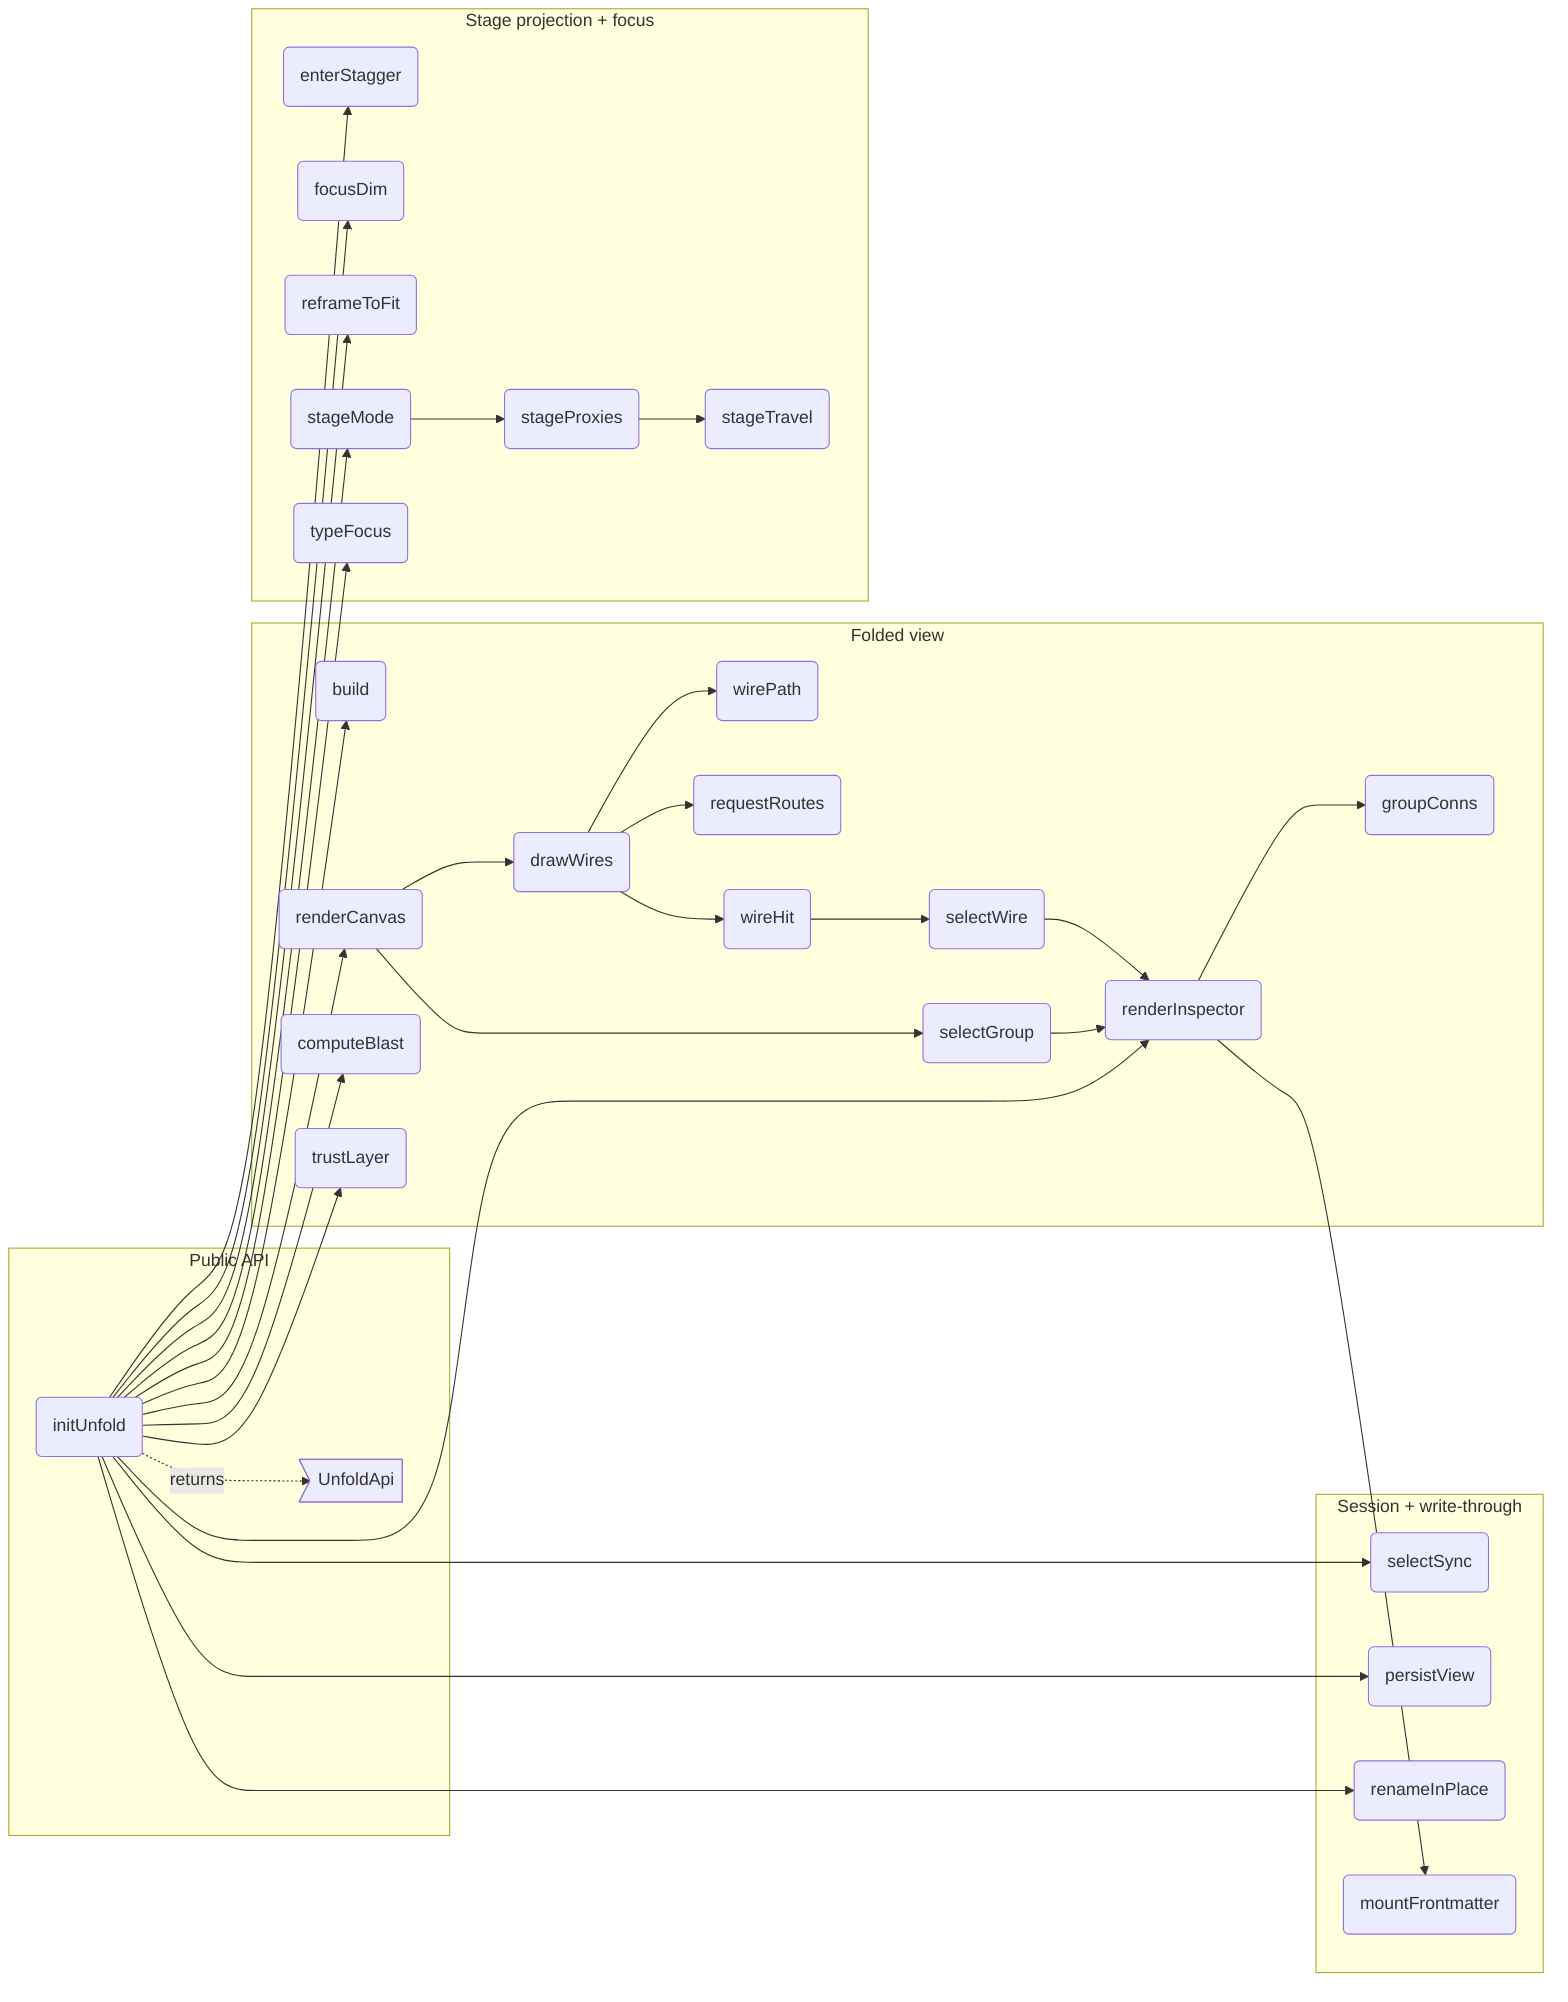
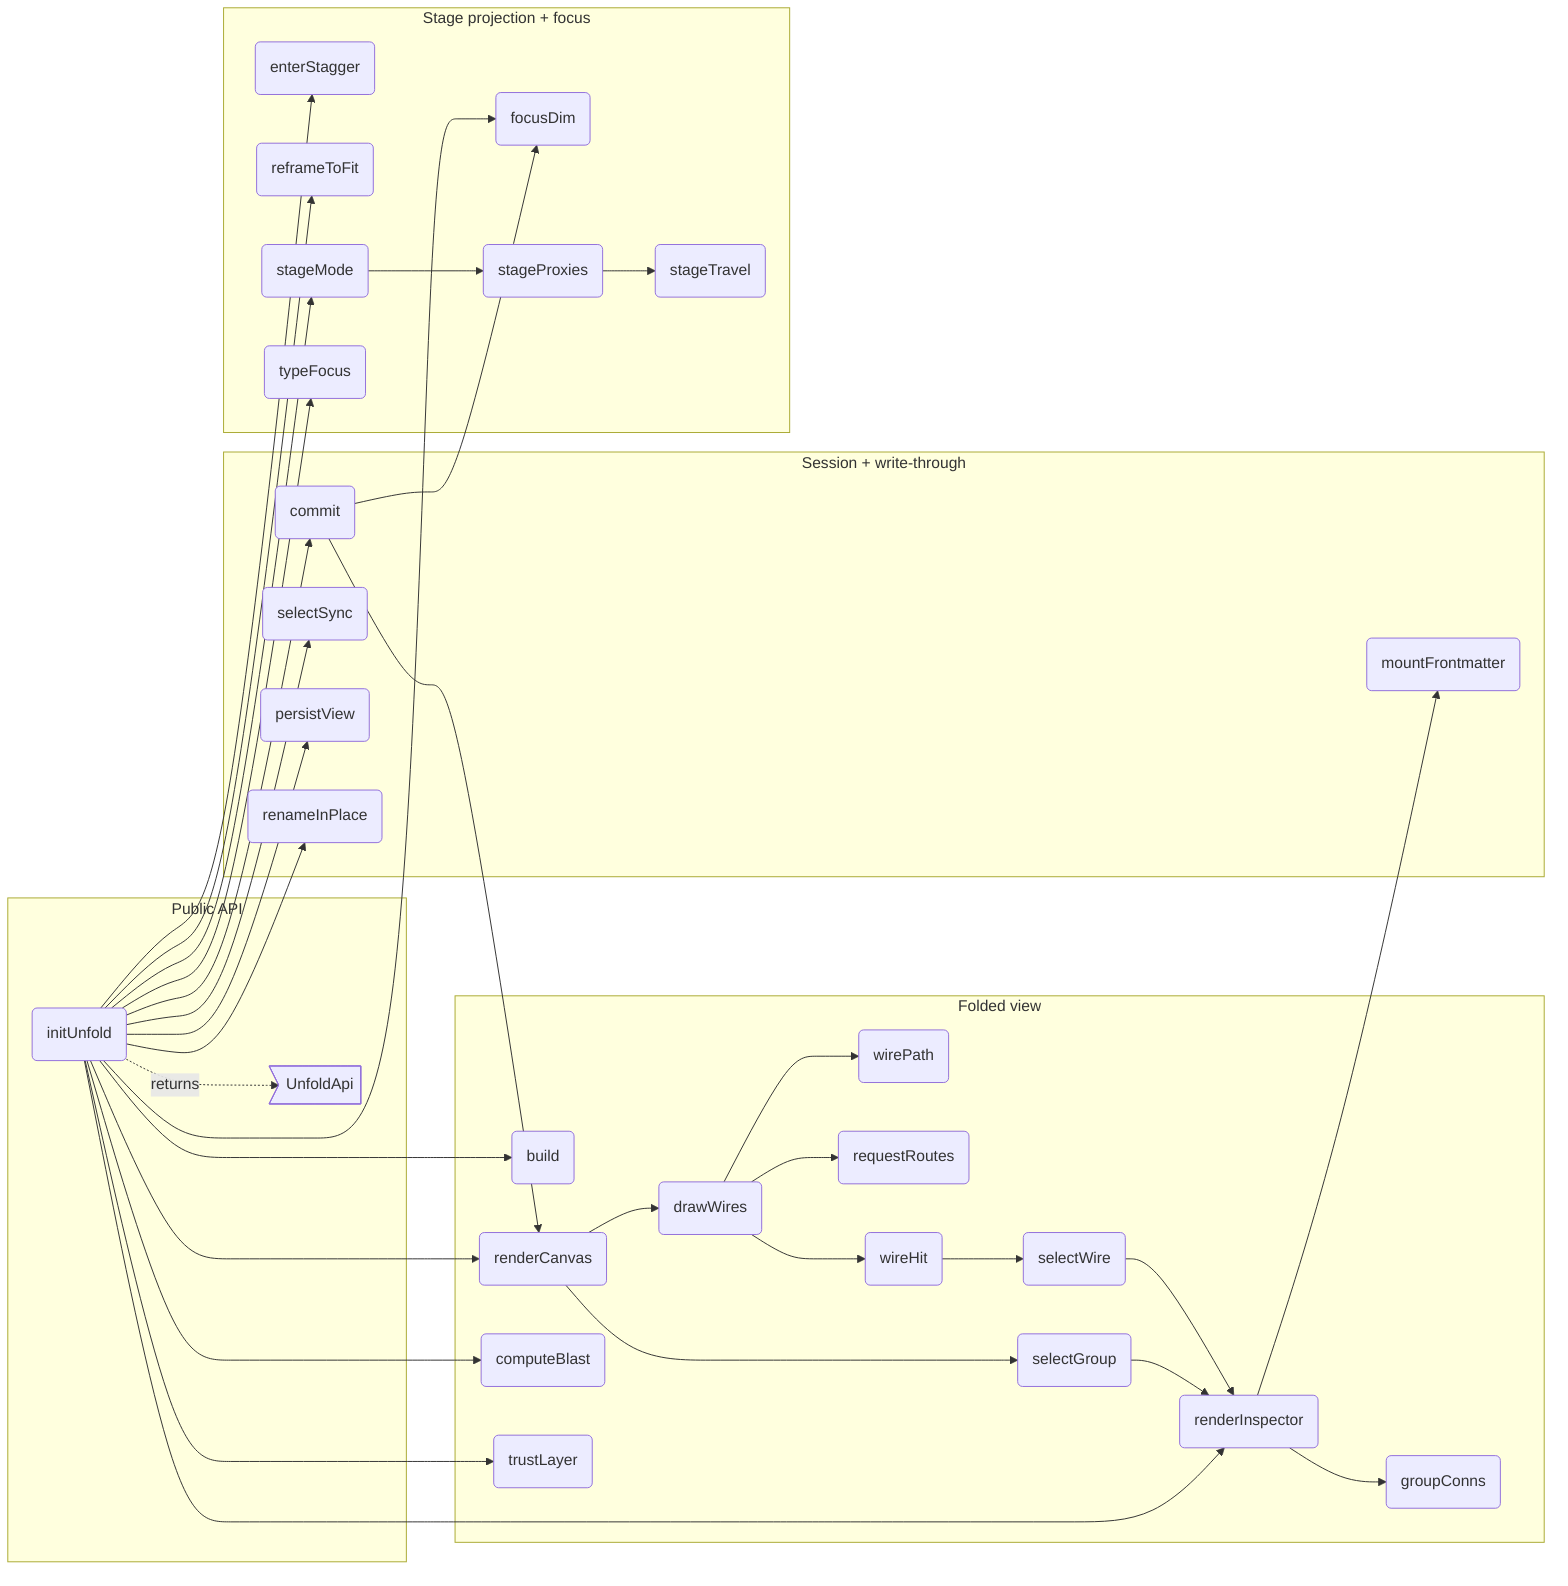
flowchart LR
%% root unfold

%% src UnfoldApi src/panel/unfold.ts#UnfoldApi
%% kind UnfoldApi type
%% fm:meta UnfoldApi name=UnfoldApi
%% fm:meta UnfoldApi desc=public surface: open, close, toggle

%% src initUnfold src/panel/unfold.ts#initUnfold
%% kind initUnfold function
%% fm:meta initUnfold name=initUnfold
%% fm:meta initUnfold desc=build the reading-mode overlay (own DOM + own CSS, the planner isolation pattern) bound to ctx; reads ctx.state + ctx.bodies, writes only through the shared hooks path
%% fm:meta initUnfold i0.name=initUnfold
%% fm:meta initUnfold i0.accepts=ctx: AppContext
%% fm:meta initUnfold i0.accepts=deps: { selection: SelectionApi; camera: CameraApi }
%% fm:meta initUnfold i0.returns=UnfoldApi

%% src ufBuild src/panel/unfold.ts#build
%% kind ufBuild function
%% fm:meta ufBuild name=build
%% fm:meta ufBuild desc=derive the folded units from ctx.state on every open: live parent wins, else the flowmap mod__rest drill convention; de-dup edges, fan-in
%% fm:meta ufBuild i0.name=build
%% fm:meta ufBuild i0.returns=void

%% src ufRenderCanvas src/panel/unfold.ts#renderCanvas
%% kind ufRenderCanvas function
%% fm:meta ufRenderCanvas name=renderCanvas
%% fm:meta ufRenderCanvas desc=render the containment roots as nested flex cards/groups; only expanded containers show their children
%% fm:meta ufRenderCanvas i0.name=renderCanvas
%% fm:meta ufRenderCanvas i0.returns=void

%% src ufDrawWires src/panel/unfold.ts#drawWires
%% kind ufDrawWires function
%% fm:meta ufDrawWires name=drawWires
%% fm:meta ufDrawWires desc=orthogonal wires aggregated to the visible representatives, gated by the calls/deps layers, painted above the group surfaces
%% fm:meta ufDrawWires i0.name=drawWires
%% fm:meta ufDrawWires i0.returns=void

%% src ufComputeBlast src/panel/unfold.ts#computeBlast
%% kind ufComputeBlast function
%% fm:meta ufComputeBlast name=computeBlast
%% fm:meta ufComputeBlast desc=reverse-BFS the transitive dependents of the selection and map them to visible cards with min hop distance
%% fm:meta ufComputeBlast i0.name=computeBlast
%% fm:meta ufComputeBlast i0.returns=void

%% src ufRenderInspector src/panel/unfold.ts#renderInspector
%% kind ufRenderInspector function
%% fm:meta ufRenderInspector name=renderInspector
%% fm:meta ufRenderInspector desc=empty until selection; then kind, crumbs, desc, interfaces, blast count, connections, and the real source body from ctx.bodies
%% fm:meta ufRenderInspector i0.name=renderInspector
%% fm:meta ufRenderInspector i0.returns=void

%% src ufEnterStagger src/panel/unfold.ts#enterStagger
%% kind ufEnterStagger function
%% fm:meta ufEnterStagger name=enterStagger
%% fm:meta ufEnterStagger desc=staggered fade-up entrance for newly-revealed cards (~55ms stagger, ~650ms expo ease); wires draw themselves in only after their cards land
%% fm:meta ufEnterStagger i0.name=enterStagger
%% fm:meta ufEnterStagger i0.returns=void

%% src ufFocusDim src/panel/unfold.ts#focusDim
%% kind ufFocusDim function
%% fm:meta ufFocusDim name=focusDim
%% fm:meta ufFocusDim desc=focus illumination without rebuild: selection glows, 1-hop neighbours stay lit, its wires carry the flow animation, everything else dims
%% fm:meta ufFocusDim i0.name=focusDim
%% fm:meta ufFocusDim i0.returns=void

%% src ufReframe src/panel/unfold.ts#reframeToFit
%% kind ufReframe function
%% fm:meta ufReframe name=reframeToFit
%% fm:meta ufReframe desc=after every structural change the world transform-scales so all visible content fits, animated ~900ms expo ease — the canvas breathes instead of demanding travel
%% fm:meta ufReframe i0.name=reframeToFit
%% fm:meta ufReframe i0.returns=void

%% src ufStageMode src/panel/unfold.ts#stageMode
%% kind ufStageMode function
%% fm:meta ufStageMode name=stageMode
%% fm:meta ufStageMode desc=second projection of the same graph: the focused group renders center-stage at readable size while the explore world blurs and fades behind; exit restores explore state exactly
%% fm:meta ufStageMode i0.name=stageMode
%% fm:meta ufStageMode i0.accepts=gid: string | null
%% fm:meta ufStageMode i0.returns=void

%% src ufProxies src/panel/unfold.ts#stageProxies
%% kind ufProxies function
%% fm:meta ufProxies name=stageProxies
%% fm:meta ufProxies desc=external edges aggregate per target container into pill proxies on a ring; each pill's angle is the TRUE angle between group centroids in ctx.state positions
%% fm:meta ufProxies i0.name=stageProxies
%% fm:meta ufProxies i0.returns=void

%% src ufTravel src/panel/unfold.ts#stageTravel
%% kind ufTravel function
%% fm:meta ufTravel name=stageTravel
%% fm:meta ufTravel desc=peek then travel: the target group slides onto stage FROM its direction; the origin becomes a reciprocal-direction proxy automatically since both derive from the same centroids
%% fm:meta ufTravel i0.name=stageTravel
%% fm:meta ufTravel i0.accepts=target: string
%% fm:meta ufTravel i0.accepts=fromAngle: number
%% fm:meta ufTravel i0.returns=void

%% src ufTypeFocus src/panel/unfold.ts#typeFocus
%% kind ufTypeFocus function
%% fm:meta ufTypeFocus name=typeFocus
%% fm:meta ufTypeFocus desc=click a type in a frontmatter card and every module whose interface carries that type lights across the surface; the inspector lists the carriers, derived from ctx.state
%% fm:meta ufTypeFocus i0.name=typeFocus
%% fm:meta ufTypeFocus i0.accepts=t: string | null
%% fm:meta ufTypeFocus i0.returns=void

+ %% src ufCommit src/panel/unfold.ts#commit
+ %% kind ufCommit function
+ %% fm:meta ufCommit name=commit
+ %% fm:meta ufCommit desc=the ONLY view-mutation entry (M3): apply the pure reduceView to the spec, install the result frozen, then paint the per-action render subset — no handler touches view state or the DOM directly
+ %% fm:meta ufCommit i0.name=commit
+ %% fm:meta ufCommit i0.accepts=a: ViewAction
+ %% fm:meta ufCommit i0.returns=void
+ 
%% src ufSelectSync src/panel/unfold.ts#selectSync
%% kind ufSelectSync function
%% fm:meta ufSelectSync name=selectSync
%% fm:meta ufSelectSync desc=selection survives the mode boundary: seed SEL from the editor selection on open; hand the reading selection back (selectOnly + zoomToNode via deps) on close — no new state, one shared selection
%% fm:meta ufSelectSync i0.name=selectSync
%% fm:meta ufSelectSync i0.accepts=dir: 'open' | 'close'
%% fm:meta ufSelectSync i0.returns=void

%% src ufPersistView src/panel/unfold.ts#persistView
%% kind ufPersistView function
%% fm:meta ufPersistView name=persistView
- %% fm:meta ufPersistView desc=the reading session (expanded/hidden/layers) persists per diagram — sorted containment roots as identity — restored on open; a never-read diagram still arrives fully folded, all layers off
+ %% fm:meta ufPersistView desc=the reading session persists per diagram (sorted containment roots as identity) as the full v1 ViewSpec; load goes through normalizeViewSpec and applies the durable trio (expanded/hidden/layers) — a pre-M3 stored entry is a valid subset, migration is branch-free
%% fm:meta ufPersistView i0.name=persistView
%% fm:meta ufPersistView i0.accepts=dir: 'save' | 'load'
%% fm:meta ufPersistView i0.returns=void

%% src ufTrustLayer src/panel/unfold.ts#trustLayer
%% kind ufTrustLayer function
%% fm:meta ufTrustLayer name=trustLayer
%% fm:meta ufTrustLayer desc=trust layer with an OPTIONAL advisory source: same-origin edge-advisory-allowlist.txt when present, a Load button otherwise; absent source = layer disabled, never wrong — advisory edges dash amber, advisory descs are marked
%% fm:meta ufTrustLayer i0.name=trustLayer
%% fm:meta ufTrustLayer i0.returns=void

%% src ufWirePath src/panel/unfold.ts#wirePath
%% kind ufWirePath function
%% fm:meta ufWirePath name=wirePath
%% fm:meta ufWirePath desc=one wire geometry, not two: reading-mode wires from the app's real port-side geometry (core/state portPos + bestSides) and the render/wires elbow path — replaces the local orthoPath
%% fm:meta ufWirePath i0.name=wirePath
%% fm:meta ufWirePath i0.accepts=a: Box
%% fm:meta ufWirePath i0.accepts=b: Box
%% fm:meta ufWirePath i0.returns=string

%% src ufRequestRoutes src/panel/unfold.ts#requestRoutes
%% kind ufRequestRoutes function
%% fm:meta ufRequestRoutes name=requestRoutes
%% fm:meta ufRequestRoutes desc=obstacle-avoided wire routes for reading mode via the shared libavoid worker (render/avoidRouter routeGraph): elbows paint first, routed polylines upgrade them when the reply lands; a layout signature drops stale replies
%% fm:meta ufRequestRoutes i0.name=requestRoutes
%% fm:meta ufRequestRoutes i0.accepts=pos: Record<string, Box>
%% fm:meta ufRequestRoutes i0.accepts=pairs: { a: string; b: string }[]
%% fm:meta ufRequestRoutes i0.returns=void

%% src ufSelectWire src/panel/unfold.ts#selectWire
%% kind ufSelectWire function
%% fm:meta ufSelectWire name=selectWire
%% fm:meta ufSelectWire desc=a wire is a first-class selectable (legacy-editor parity): select an aggregated wire by its rendered rep pair, clearing node/type focus; re-click deselects; the inspector shows endpoints, kind, weight and every underlying model relation
%% fm:meta ufSelectWire i0.name=selectWire
%% fm:meta ufSelectWire i0.accepts=a: string
%% fm:meta ufSelectWire i0.accepts=b: string
%% fm:meta ufSelectWire i0.returns=void

%% src ufWireHit src/panel/unfold.ts#wireHit
%% kind ufWireHit function
%% fm:meta ufWireHit name=wireHit
%% fm:meta ufWireHit desc=append an invisible wide hit path over a drawn wire in either projection: click selects the wire, hover pre-lights it — excluded from stage panning so pointer capture never eats the click
%% fm:meta ufWireHit i0.name=wireHit
%% fm:meta ufWireHit i0.accepts=vis: SVGPathElement
%% fm:meta ufWireHit i0.accepts=d: string
%% fm:meta ufWireHit i0.accepts=a: string
%% fm:meta ufWireHit i0.accepts=b: string
%% fm:meta ufWireHit i0.accepts=host: SVGSVGElement
%% fm:meta ufWireHit i0.returns=void

%% src ufSelectGroup src/panel/unfold.ts#selectGroup
%% kind ufSelectGroup function
%% fm:meta ufSelectGroup name=selectGroup
%% fm:meta ufSelectGroup desc=a group is a first-class selectable (U6): select + inspect, never stage (U8 deferred) — clears wire/type focus, relights, re-renders tree + inspector in either projection
%% fm:meta ufSelectGroup i0.name=selectGroup
%% fm:meta ufSelectGroup i0.accepts=id: string
%% fm:meta ufSelectGroup i0.returns=void

%% src ufGroupConns src/panel/unfold.ts#groupConns
%% kind ufGroupConns function
%% fm:meta ufGroupConns name=groupConns
%% fm:meta ufGroupConns desc=external connections of a container: every edge with exactly one endpoint inside the subtree, aggregated to the coarsest foreign container and weight-summed — the same aggregation grammar as the stage pills
%% fm:meta ufGroupConns i0.name=groupConns
%% fm:meta ufGroupConns i0.accepts=id: string
%% fm:meta ufGroupConns i0.returns={ uses: [string, number][]; usedBy: [string, number][] }

%% src ufRenameInPlace src/panel/unfold.ts#renameInPlace
%% kind ufRenameInPlace function
%% fm:meta ufRenameInPlace name=renameInPlace
%% fm:meta ufRenameInPlace desc=inline rename on the selected card (Enter / double-click on selected), writing through the existing model path — mutate ctx.state then hooks render + sync + pushHistory + persist, never a private write path
%% fm:meta ufRenameInPlace i0.name=renameInPlace
%% fm:meta ufRenameInPlace i0.accepts=id: string
%% fm:meta ufRenameInPlace i0.returns=void

%% src ufMountFrontmatter src/panel/unfold.ts#mountFrontmatter
%% kind ufMountFrontmatter function
%% fm:meta ufMountFrontmatter name=mountFrontmatter
%% fm:meta ufMountFrontmatter desc=mount the app's frontmatter editor (panel/inspector-frontmatter) for the selected node inside the reading inspector — the same hooks write path as renameInPlace; commits re-derive the folded view
%% fm:meta ufMountFrontmatter i0.name=mountFrontmatter
%% fm:meta ufMountFrontmatter i0.accepts=host: HTMLElement
%% fm:meta ufMountFrontmatter i0.accepts=id: string
%% fm:meta ufMountFrontmatter i0.returns=void

%% parent uf_api unfold
%% parent uf_view unfold
%% parent uf_stage unfold
%% parent uf_session unfold

  subgraph uf_api ["Public API"]
    initUnfold("initUnfold")
    UnfoldApi>"UnfoldApi"]
  end
  subgraph uf_view ["Folded view"]
    ufBuild("build")
    ufRenderCanvas("renderCanvas")
    ufDrawWires("drawWires")
    ufWirePath("wirePath")
    ufRequestRoutes("requestRoutes")
    ufWireHit("wireHit")
    ufSelectWire("selectWire")
    ufSelectGroup("selectGroup")
    ufGroupConns("groupConns")
    ufComputeBlast("computeBlast")
    ufRenderInspector("renderInspector")
    ufTrustLayer("trustLayer")
  end
  subgraph uf_session ["Session + write-through"]
+     ufCommit("commit")
    ufSelectSync("selectSync")
    ufPersistView("persistView")
    ufRenameInPlace("renameInPlace")
    ufMountFrontmatter("mountFrontmatter")
  end
  subgraph uf_stage ["Stage projection + focus"]
    ufEnterStagger("enterStagger")
    ufFocusDim("focusDim")
    ufReframe("reframeToFit")
    ufStageMode("stageMode")
    ufProxies("stageProxies")
    ufTravel("stageTravel")
    ufTypeFocus("typeFocus")
  end

  initUnfold -.->|returns| UnfoldApi
  initUnfold --> ufBuild
  initUnfold --> ufRenderCanvas
  ufRenderCanvas --> ufDrawWires
  ufDrawWires --> ufWirePath
  ufDrawWires --> ufRequestRoutes
  ufDrawWires --> ufWireHit
  ufWireHit --> ufSelectWire
  ufSelectWire --> ufRenderInspector
  ufRenderCanvas --> ufSelectGroup
  ufSelectGroup --> ufRenderInspector
  ufRenderInspector --> ufGroupConns
  initUnfold --> ufComputeBlast
  initUnfold --> ufRenderInspector
  initUnfold --> ufTrustLayer
+   initUnfold --> ufCommit
+   ufCommit --> ufRenderCanvas
+   ufCommit --> ufFocusDim
  initUnfold --> ufSelectSync
  initUnfold --> ufPersistView
  initUnfold --> ufRenameInPlace
  ufRenderInspector --> ufMountFrontmatter
  initUnfold --> ufEnterStagger
  initUnfold --> ufFocusDim
  initUnfold --> ufReframe
  initUnfold --> ufTypeFocus
  initUnfold --> ufStageMode
  ufStageMode --> ufProxies
  ufProxies --> ufTravel
